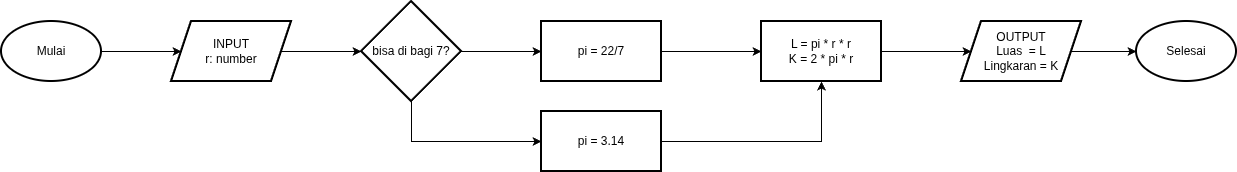
Earlier version of the draw.io export Minitask algoritma 4.png (NugrahaPancaWibisana/koda-b5-algoritma-2). Source tidied: cells renumbered, new cells last; positions are measured from the earlier drawing's top-left corner, leaving out a move shared by most shapes. Source of this version:
```xml
<mxGraphModel>
  <root>
    <mxCell id="0" />
    <mxCell id="1" parent="0" />
    <mxCell id="2" style="edgeStyle=orthogonalEdgeStyle;rounded=0;jettySize=auto;html=1;" parent="1" edge="1" source="3" target="5">
      <mxGeometry relative="1" as="geometry" />
    </mxCell>
    <mxCell id="3" value="Mulai" style="strokeWidth=2;html=1;shape=mxgraph.flowchart.start_1;whiteSpace=wrap;" parent="1" vertex="1">
      <mxGeometry y="20" width="100" height="60" as="geometry" />
    </mxCell>
    <mxCell id="4" style="edgeStyle=orthogonalEdgeStyle;rounded=0;jettySize=auto;html=1;" parent="1" edge="1" source="5" target="11">
      <mxGeometry relative="1" as="geometry" />
    </mxCell>
    <mxCell id="5" value="INPUT&lt;div&gt;r: number&lt;/div&gt;" style="shape=parallelogram;perimeter=parallelogramPerimeter;whiteSpace=wrap;html=1;fixedSize=1;strokeWidth=2;" parent="1" vertex="1">
      <mxGeometry x="170" y="20" width="120" height="60" as="geometry" />
    </mxCell>
    <mxCell id="6" value="Selesai" style="strokeWidth=2;html=1;shape=mxgraph.flowchart.start_1;whiteSpace=wrap;" parent="1" vertex="1">
      <mxGeometry x="1135" y="20" width="100" height="60" as="geometry" />
    </mxCell>
    <mxCell id="7" style="edgeStyle=orthogonalEdgeStyle;rounded=0;jettySize=auto;html=1;entryX=0;entryY=0.5;entryDx=0;entryDy=0;" parent="1" edge="1" source="8" target="15">
      <mxGeometry relative="1" as="geometry" />
    </mxCell>
    <mxCell id="8" value="pi = 22/7" style="whiteSpace=wrap;html=1;strokeWidth=2;" parent="1" vertex="1">
      <mxGeometry x="540" y="20" width="120" height="60" as="geometry" />
    </mxCell>
    <mxCell id="9" style="edgeStyle=orthogonalEdgeStyle;rounded=0;jettySize=auto;html=1;entryX=0;entryY=0.5;entryDx=0;entryDy=0;" parent="1" edge="1" source="11" target="13">
      <mxGeometry relative="1" as="geometry">
        <Array as="points">
          <mxPoint x="410" y="140" />
        </Array>
      </mxGeometry>
    </mxCell>
    <mxCell id="10" style="edgeStyle=orthogonalEdgeStyle;rounded=0;jettySize=auto;html=1;entryX=0;entryY=0.5;entryDx=0;entryDy=0;" parent="1" edge="1" source="11" target="8">
      <mxGeometry relative="1" as="geometry" />
    </mxCell>
    <mxCell id="11" value="bisa di bagi 7?" style="strokeWidth=2;html=1;shape=mxgraph.flowchart.decision;whiteSpace=wrap;" parent="1" vertex="1">
      <mxGeometry x="360" width="100" height="100" as="geometry" />
    </mxCell>
    <mxCell id="12" style="edgeStyle=orthogonalEdgeStyle;rounded=0;jettySize=auto;html=1;entryX=0.5;entryY=1;entryDx=0;entryDy=0;" parent="1" edge="1" source="13" target="15">
      <mxGeometry relative="1" as="geometry" />
    </mxCell>
    <mxCell id="13" value="pi = 3.14" style="whiteSpace=wrap;html=1;strokeWidth=2;" parent="1" vertex="1">
      <mxGeometry x="540" y="110" width="120" height="60" as="geometry" />
    </mxCell>
    <mxCell id="14" style="edgeStyle=orthogonalEdgeStyle;rounded=0;jettySize=auto;html=1;" parent="1" edge="1" source="15" target="16">
      <mxGeometry relative="1" as="geometry" />
    </mxCell>
    <mxCell id="15" value="L = pi * r * r&lt;div&gt;K = 2 * pi * r&lt;/div&gt;" style="whiteSpace=wrap;html=1;strokeWidth=2;" parent="1" vertex="1">
      <mxGeometry x="760" y="20" width="120" height="60" as="geometry" />
    </mxCell>
    <mxCell id="16" value="OUTPUT&lt;div&gt;Luas&amp;nbsp; = L&lt;/div&gt;&lt;div&gt;Lingkaran = K&lt;/div&gt;" style="shape=parallelogram;perimeter=parallelogramPerimeter;whiteSpace=wrap;html=1;fixedSize=1;strokeWidth=2;" parent="1" vertex="1">
      <mxGeometry x="960" y="20" width="120" height="60" as="geometry" />
    </mxCell>
    <mxCell id="17" style="edgeStyle=orthogonalEdgeStyle;rounded=0;jettySize=auto;html=1;entryX=0;entryY=0.5;entryDx=0;entryDy=0;entryPerimeter=0;" parent="1" edge="1" source="16" target="6">
      <mxGeometry relative="1" as="geometry" />
    </mxCell>
  </root>
</mxGraphModel>
```
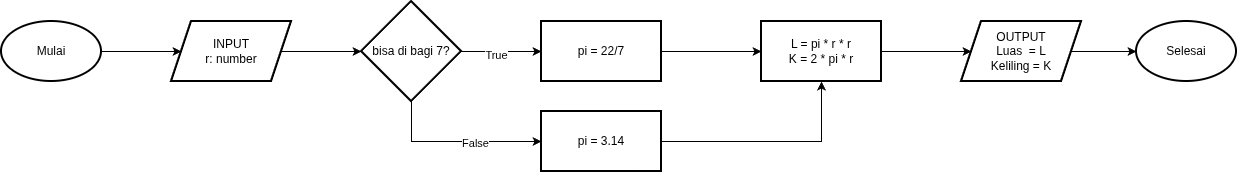
After the commit.

Commit message:
Minitask algoritma 4

Menghitung luas dan keliling lingkaran

What changed in the source:
```diff
@@ -30,9 +30,15 @@
         </Array>
       </mxGeometry>
     </mxCell>
+    <mxCell id="18" value="False" style="edgeLabel;html=1;align=center;verticalAlign=middle;" parent="9" vertex="1">
+      <mxGeometry x="0.22" y="-1" relative="1" as="geometry" />
+    </mxCell>
     <mxCell id="10" style="edgeStyle=orthogonalEdgeStyle;rounded=0;jettySize=auto;html=1;entryX=0;entryY=0.5;entryDx=0;entryDy=0;" parent="1" edge="1" source="11" target="8">
       <mxGeometry relative="1" as="geometry" />
     </mxCell>
+    <mxCell id="19" value="True" style="edgeLabel;html=1;align=center;verticalAlign=middle;" parent="10" vertex="1">
+      <mxGeometry x="-0.15" y="-3" relative="1" as="geometry" />
+    </mxCell>
     <mxCell id="11" value="bisa di bagi 7?" style="strokeWidth=2;html=1;shape=mxgraph.flowchart.decision;whiteSpace=wrap;" parent="1" vertex="1">
       <mxGeometry x="360" width="100" height="100" as="geometry" />
     </mxCell>
@@ -48,7 +54,7 @@
     <mxCell id="15" value="L = pi * r * r&lt;div&gt;K = 2 * pi * r&lt;/div&gt;" style="whiteSpace=wrap;html=1;strokeWidth=2;" parent="1" vertex="1">
       <mxGeometry x="760" y="20" width="120" height="60" as="geometry" />
     </mxCell>
-    <mxCell id="16" value="OUTPUT&lt;div&gt;Luas&amp;nbsp; = L&lt;/div&gt;&lt;div&gt;Lingkaran = K&lt;/div&gt;" style="shape=parallelogram;perimeter=parallelogramPerimeter;whiteSpace=wrap;html=1;fixedSize=1;strokeWidth=2;" parent="1" vertex="1">
+    <mxCell id="16" value="OUTPUT&lt;div&gt;Luas&amp;nbsp; = L&lt;/div&gt;&lt;div&gt;Keliling = K&lt;/div&gt;" style="shape=parallelogram;perimeter=parallelogramPerimeter;whiteSpace=wrap;html=1;fixedSize=1;strokeWidth=2;" parent="1" vertex="1">
       <mxGeometry x="960" y="20" width="120" height="60" as="geometry" />
     </mxCell>
     <mxCell id="17" style="edgeStyle=orthogonalEdgeStyle;rounded=0;jettySize=auto;html=1;entryX=0;entryY=0.5;entryDx=0;entryDy=0;entryPerimeter=0;" parent="1" edge="1" source="16" target="6">
```
